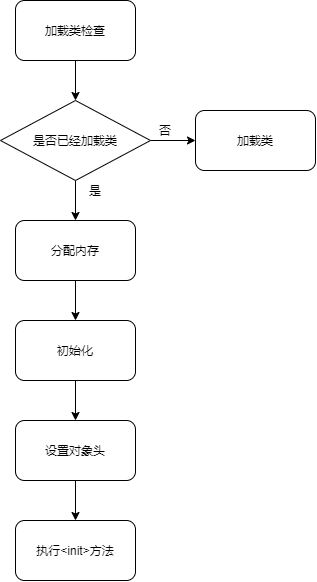
Before: 对象创建流程.png, a diagram exported from draw.io (ShiJieZhaoGitHub/images). Source tidied: cells renumbered, new cells last; positions are measured from the earlier drawing's top-left corner, leaving out a move shared by most shapes. The source it was exported from:
```xml
<mxGraphModel>
  <root>
    <mxCell id="0" />
    <mxCell id="1" parent="0" />
    <mxCell id="2" style="edgeStyle=orthogonalEdgeStyle;rounded=0;jettySize=auto;html=1;" parent="1" edge="1" source="3" target="6">
      <mxGeometry relative="1" as="geometry" />
    </mxCell>
    <mxCell id="3" value="加载类检查" style="rounded=1;whiteSpace=wrap;html=1;" parent="1" vertex="1">
      <mxGeometry x="15" width="120" height="60" as="geometry" />
    </mxCell>
    <mxCell id="4" style="edgeStyle=orthogonalEdgeStyle;rounded=0;jettySize=auto;html=1;" parent="1" edge="1" source="6">
      <mxGeometry relative="1" as="geometry">
        <mxPoint x="195" y="140" as="targetPoint" />
      </mxGeometry>
    </mxCell>
    <mxCell id="5" style="edgeStyle=orthogonalEdgeStyle;rounded=0;jettySize=auto;html=1;" parent="1" edge="1" source="6" target="10">
      <mxGeometry relative="1" as="geometry" />
    </mxCell>
    <mxCell id="6" value="是否已经加载类" style="rhombus;whiteSpace=wrap;html=1;" parent="1" vertex="1">
      <mxGeometry y="100" width="150" height="80" as="geometry" />
    </mxCell>
    <mxCell id="7" value="加载类" style="rounded=1;whiteSpace=wrap;html=1;" parent="1" vertex="1">
      <mxGeometry x="195" y="110" width="120" height="60" as="geometry" />
    </mxCell>
    <mxCell id="8" value="否" style="text;html=1;strokeColor=none;fillColor=none;align=center;verticalAlign=middle;whiteSpace=wrap;rounded=0;" parent="1" vertex="1">
      <mxGeometry x="145" y="120" width="40" height="20" as="geometry" />
    </mxCell>
    <mxCell id="9" style="edgeStyle=orthogonalEdgeStyle;rounded=0;jettySize=auto;html=1;" parent="1" edge="1" source="10" target="13">
      <mxGeometry relative="1" as="geometry" />
    </mxCell>
    <mxCell id="10" value="分配内存" style="rounded=1;whiteSpace=wrap;html=1;" parent="1" vertex="1">
      <mxGeometry x="15" y="220" width="120" height="60" as="geometry" />
    </mxCell>
    <mxCell id="11" value="是" style="text;html=1;strokeColor=none;fillColor=none;align=center;verticalAlign=middle;whiteSpace=wrap;rounded=0;" parent="1" vertex="1">
      <mxGeometry x="75" y="180" width="40" height="20" as="geometry" />
    </mxCell>
    <mxCell id="12" style="edgeStyle=orthogonalEdgeStyle;rounded=0;jettySize=auto;html=1;" parent="1" edge="1" source="13" target="15">
      <mxGeometry relative="1" as="geometry" />
    </mxCell>
    <mxCell id="13" value="初始化" style="rounded=1;whiteSpace=wrap;html=1;" parent="1" vertex="1">
      <mxGeometry x="15" y="320" width="120" height="60" as="geometry" />
    </mxCell>
    <mxCell id="14" style="edgeStyle=orthogonalEdgeStyle;rounded=0;jettySize=auto;html=1;" parent="1" edge="1" source="15" target="16">
      <mxGeometry relative="1" as="geometry" />
    </mxCell>
    <mxCell id="15" value="设置对象头" style="rounded=1;whiteSpace=wrap;html=1;" parent="1" vertex="1">
      <mxGeometry x="15" y="420" width="120" height="60" as="geometry" />
    </mxCell>
    <mxCell id="16" value="执行&amp;lt;init&amp;gt;方法" style="rounded=1;whiteSpace=wrap;html=1;" parent="1" vertex="1">
      <mxGeometry x="15" y="520" width="120" height="60" as="geometry" />
    </mxCell>
  </root>
</mxGraphModel>
```
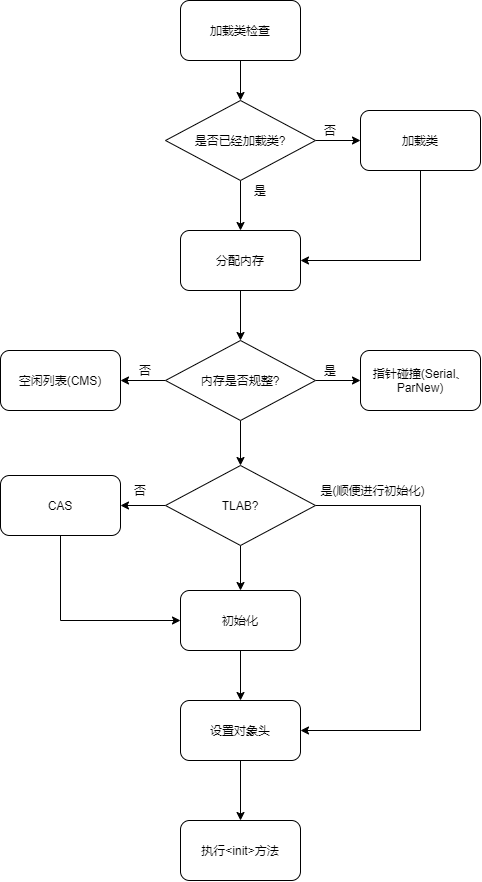
Later version of the same file.

Commit message:
更新对象创建流程.png

Change to the diagram source:
```diff
@@ -16,7 +16,7 @@
     <mxCell id="5" style="edgeStyle=orthogonalEdgeStyle;rounded=0;jettySize=auto;html=1;" parent="1" edge="1" source="6" target="10">
       <mxGeometry relative="1" as="geometry" />
     </mxCell>
-    <mxCell id="6" value="是否已经加载类" style="rhombus;whiteSpace=wrap;html=1;" parent="1" vertex="1">
+    <mxCell id="6" value="是否已经加载类?" style="rhombus;whiteSpace=wrap;html=1;" parent="1" vertex="1">
       <mxGeometry y="100" width="150" height="80" as="geometry" />
     </mxCell>
     <mxCell id="7" value="加载类" style="rounded=1;whiteSpace=wrap;html=1;" parent="1" vertex="1">
@@ -25,29 +25,93 @@
     <mxCell id="8" value="否" style="text;html=1;strokeColor=none;fillColor=none;align=center;verticalAlign=middle;whiteSpace=wrap;rounded=0;" parent="1" vertex="1">
       <mxGeometry x="145" y="120" width="40" height="20" as="geometry" />
     </mxCell>
-    <mxCell id="9" style="edgeStyle=orthogonalEdgeStyle;rounded=0;jettySize=auto;html=1;" parent="1" edge="1" source="10" target="13">
-      <mxGeometry relative="1" as="geometry" />
-    </mxCell>
-    <mxCell id="10" value="分配内存" style="rounded=1;whiteSpace=wrap;html=1;" parent="1" vertex="1">
-      <mxGeometry x="15" y="220" width="120" height="60" as="geometry" />
-    </mxCell>
+    <mxCell id="17" value="空闲列表(CMS)" style="rounded=1;whiteSpace=wrap;html=1;" parent="1" vertex="1">
+      <mxGeometry x="-165" y="350" width="120" height="60" as="geometry" />
+    </mxCell>
+    <mxCell id="18" value="指针碰撞(Serial、ParNew)" style="rounded=1;whiteSpace=wrap;html=1;" parent="1" vertex="1">
+      <mxGeometry x="195" y="350" width="120" height="60" as="geometry" />
+    </mxCell>
     <mxCell id="11" value="是" style="text;html=1;strokeColor=none;fillColor=none;align=center;verticalAlign=middle;whiteSpace=wrap;rounded=0;" parent="1" vertex="1">
       <mxGeometry x="75" y="180" width="40" height="20" as="geometry" />
     </mxCell>
-    <mxCell id="12" style="edgeStyle=orthogonalEdgeStyle;rounded=0;jettySize=auto;html=1;" parent="1" edge="1" source="13" target="15">
-      <mxGeometry relative="1" as="geometry" />
-    </mxCell>
-    <mxCell id="13" value="初始化" style="rounded=1;whiteSpace=wrap;html=1;" parent="1" vertex="1">
-      <mxGeometry x="15" y="320" width="120" height="60" as="geometry" />
-    </mxCell>
     <mxCell id="14" style="edgeStyle=orthogonalEdgeStyle;rounded=0;jettySize=auto;html=1;" parent="1" edge="1" source="15" target="16">
       <mxGeometry relative="1" as="geometry" />
     </mxCell>
     <mxCell id="15" value="设置对象头" style="rounded=1;whiteSpace=wrap;html=1;" parent="1" vertex="1">
-      <mxGeometry x="15" y="420" width="120" height="60" as="geometry" />
+      <mxGeometry x="15" y="700" width="120" height="60" as="geometry" />
     </mxCell>
     <mxCell id="16" value="执行&amp;lt;init&amp;gt;方法" style="rounded=1;whiteSpace=wrap;html=1;" parent="1" vertex="1">
-      <mxGeometry x="15" y="520" width="120" height="60" as="geometry" />
+      <mxGeometry x="15" y="820" width="120" height="60" as="geometry" />
     </mxCell>
+    <mxCell id="19" style="edgeStyle=orthogonalEdgeStyle;rounded=0;jettySize=auto;html=1;" parent="1" edge="1" source="22" target="18">
+      <mxGeometry relative="1" as="geometry" />
+    </mxCell>
+    <mxCell id="20" style="edgeStyle=orthogonalEdgeStyle;rounded=0;jettySize=auto;html=1;" parent="1" edge="1" source="22" target="17">
+      <mxGeometry relative="1" as="geometry" />
+    </mxCell>
+    <mxCell id="21" style="edgeStyle=orthogonalEdgeStyle;rounded=0;jettySize=auto;html=1;" parent="1" edge="1" source="22" target="29">
+      <mxGeometry relative="1" as="geometry" />
+    </mxCell>
+    <mxCell id="22" value="内存是否规整?" style="rhombus;whiteSpace=wrap;html=1;" parent="1" vertex="1">
+      <mxGeometry y="340" width="150" height="80" as="geometry" />
+    </mxCell>
+    <mxCell id="23" style="edgeStyle=orthogonalEdgeStyle;rounded=0;jettySize=auto;html=1;" parent="1" edge="1" source="10" target="22">
+      <mxGeometry relative="1" as="geometry" />
+    </mxCell>
+    <mxCell id="10" value="分配内存" style="rounded=1;whiteSpace=wrap;html=1;" parent="1" vertex="1">
+      <mxGeometry x="15" y="230" width="120" height="60" as="geometry" />
+    </mxCell>
+    <mxCell id="24" value="是" style="text;html=1;strokeColor=none;fillColor=none;align=center;verticalAlign=middle;whiteSpace=wrap;rounded=0;" parent="1" vertex="1">
+      <mxGeometry x="145" y="360" width="40" height="20" as="geometry" />
+    </mxCell>
+    <mxCell id="25" value="否" style="text;html=1;strokeColor=none;fillColor=none;align=center;verticalAlign=middle;whiteSpace=wrap;rounded=0;" parent="1" vertex="1">
+      <mxGeometry x="-40" y="360" width="40" height="20" as="geometry" />
+    </mxCell>
+    <mxCell id="26" style="edgeStyle=orthogonalEdgeStyle;rounded=0;jettySize=auto;html=1;entryX=1;entryY=0.5;entryDx=0;entryDy=0;" parent="1" edge="1" source="29" target="15">
+      <mxGeometry relative="1" as="geometry">
+        <Array as="points">
+          <mxPoint x="255" y="505" />
+          <mxPoint x="255" y="730" />
+        </Array>
+      </mxGeometry>
+    </mxCell>
+    <mxCell id="27" style="edgeStyle=orthogonalEdgeStyle;rounded=0;jettySize=auto;html=1;" parent="1" edge="1" source="29" target="13">
+      <mxGeometry relative="1" as="geometry" />
+    </mxCell>
+    <mxCell id="28" style="edgeStyle=orthogonalEdgeStyle;rounded=0;jettySize=auto;html=1;" parent="1" edge="1" source="29" target="33">
+      <mxGeometry relative="1" as="geometry" />
+    </mxCell>
+    <mxCell id="29" value="TLAB?" style="rhombus;whiteSpace=wrap;html=1;" parent="1" vertex="1">
+      <mxGeometry y="465" width="150" height="80" as="geometry" />
+    </mxCell>
+    <mxCell id="12" style="edgeStyle=orthogonalEdgeStyle;rounded=0;jettySize=auto;html=1;" parent="1" edge="1" source="13" target="15">
+      <mxGeometry relative="1" as="geometry" />
+    </mxCell>
+    <mxCell id="13" value="初始化" style="rounded=1;whiteSpace=wrap;html=1;" parent="1" vertex="1">
+      <mxGeometry x="15" y="590" width="120" height="60" as="geometry" />
+    </mxCell>
+    <mxCell id="30" style="edgeStyle=orthogonalEdgeStyle;rounded=0;jettySize=auto;html=1;entryX=1;entryY=0.5;entryDx=0;entryDy=0;" parent="1" edge="1" source="7" target="10">
+      <mxGeometry relative="1" as="geometry">
+        <Array as="points">
+          <mxPoint x="255" y="260" />
+        </Array>
+      </mxGeometry>
+    </mxCell>
+    <mxCell id="31" value="是(顺便进行初始化)" style="text;html=1;strokeColor=none;fillColor=none;align=center;verticalAlign=middle;whiteSpace=wrap;rounded=0;" parent="1" vertex="1">
+      <mxGeometry x="145" y="480" width="125" height="20" as="geometry" />
+    </mxCell>
+    <mxCell id="32" style="edgeStyle=orthogonalEdgeStyle;rounded=0;jettySize=auto;html=1;entryX=0;entryY=0.5;entryDx=0;entryDy=0;" parent="1" edge="1" source="33" target="13">
+      <mxGeometry relative="1" as="geometry">
+        <Array as="points">
+          <mxPoint x="-105" y="620" />
+        </Array>
+      </mxGeometry>
+    </mxCell>
+    <mxCell id="33" value="CAS" style="rounded=1;whiteSpace=wrap;html=1;" parent="1" vertex="1">
+      <mxGeometry x="-165" y="475" width="120" height="60" as="geometry" />
+    </mxCell>
+    <mxCell id="34" value="否" style="text;html=1;strokeColor=none;fillColor=none;align=center;verticalAlign=middle;whiteSpace=wrap;rounded=0;" parent="1" vertex="1">
+      <mxGeometry x="-45" y="480" width="40" height="20" as="geometry" />
+    </mxCell>
   </root>
 </mxGraphModel>
```
